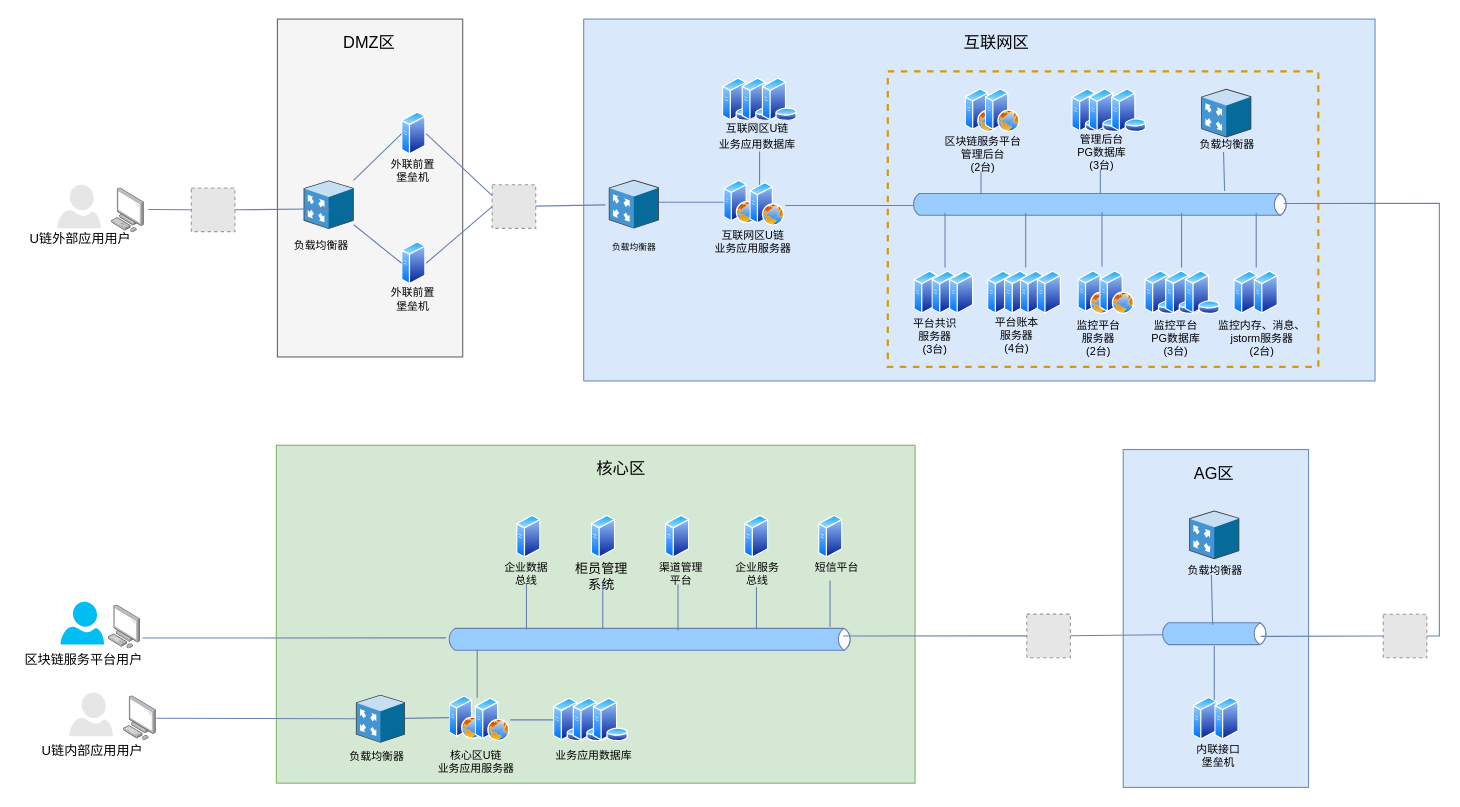
Above: repository/drawio/postb/系统拓扑图.drawio in dilide/collections (draw.io), before the change. Source tidied: cells renumbered, new cells numbered last; positions are measured from the earlier drawing's top-left corner, leaving out a move shared by most shapes. Both pictures are drawn from the tidied source at 109%, with x=0, y=0 at pixel (19, 19). Pictures stored in the file or linked from it are replaced by grey dashed boxes.
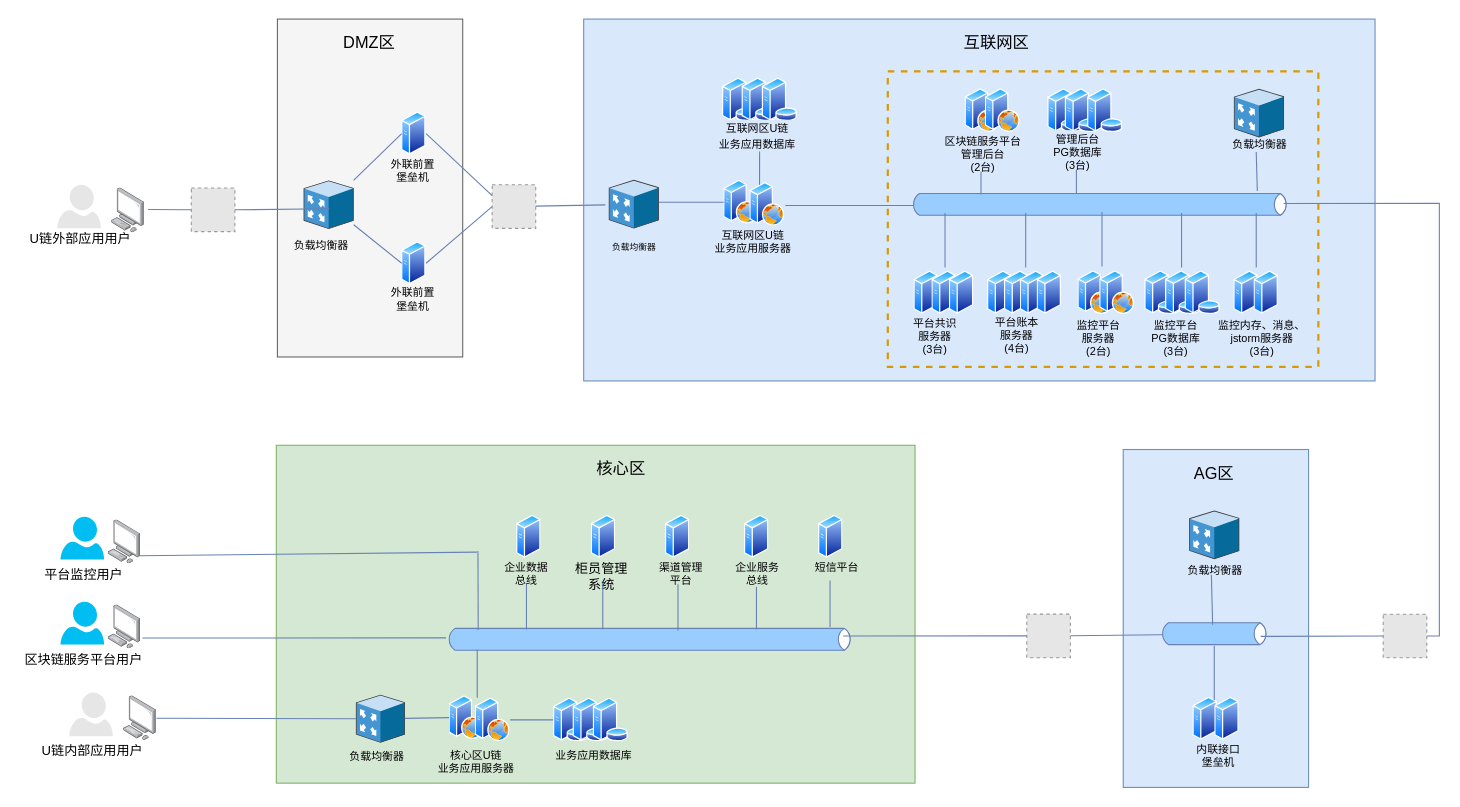
Above is the later version.

Commit message:
Update 系统拓扑图.drawio

Diff of the diagram source:
```diff
@@
     <mxCell id="7" style="strokeColor=#6881B3;edgeStyle=none;rounded=0;endArrow=none;html=1;strokeWidth=1;fontSize=12;" parent="1" edge="1">
       <mxGeometry relative="1" as="geometry">
-        <mxPoint x="992" y="117.5" as="sourcePoint" />
-        <mxPoint x="992" y="159.7" as="targetPoint" />
+        <mxPoint x="970" y="117.5" as="sourcePoint" />
+        <mxPoint x="970" y="159.7" as="targetPoint" />
       </mxGeometry>
     </mxCell>
@@
     <mxCell id="90" style="perimeter=ellipsePerimeter;html=1;align=center;shadow=0;dashed=0;spacingTop=3;image;image=img/lib/active_directory/database_server.svg;strokeColor=#6881B3;strokeWidth=1;fillColor=#99CCFF;fontSize=8;" parent="1" vertex="1">
-      <mxGeometry x="965.5" y="64" width="32.8" height="40" as="geometry" />
+      <mxGeometry x="943.5" y="64" width="32.8" height="40" as="geometry" />
     </mxCell>
     <mxCell id="91" value="管理后台&lt;br style=&quot;font-size: 10px&quot;&gt;PG数据库&lt;br&gt;(3台)" style="text;html=1;align=center;verticalAlign=top;spacingTop=-4;fillColor=#DAE8FC;fontSize=10;" parent="1" vertex="1">
-      <mxGeometry x="965.5" y="102" width="54" height="36" as="geometry" />
+      <mxGeometry x="943.5" y="102" width="54" height="36" as="geometry" />
     </mxCell>
     <mxCell id="92" style="perimeter=ellipsePerimeter;html=1;align=center;shadow=0;dashed=0;spacingTop=3;image;image=img/lib/active_directory/database_server.svg;strokeColor=#6881B3;strokeWidth=1;fillColor=#99CCFF;fontSize=8;" parent="1" vertex="1">
-      <mxGeometry x="981.5" y="64" width="32.8" height="40" as="geometry" />
+      <mxGeometry x="959.5" y="64" width="32.8" height="40" as="geometry" />
     </mxCell>
     <mxCell id="93" style="perimeter=ellipsePerimeter;html=1;align=center;shadow=0;dashed=0;spacingTop=3;image;image=img/lib/active_directory/database_server.svg;strokeColor=#6881B3;strokeWidth=1;fillColor=#99CCFF;fontSize=8;" parent="1" vertex="1">
-      <mxGeometry x="1002" y="64" width="32.8" height="40" as="geometry" />
+      <mxGeometry x="980" y="64" width="32.8" height="40" as="geometry" />
     </mxCell>
@@
     <mxCell id="116" style="shadow=0;dashed=0;html=1;labelPosition=center;verticalLabelPosition=bottom;verticalAlign=top;align=center;shape=mxgraph.veeam.3d.proxy_appliance;direction=east;" parent="1" vertex="1">
-      <mxGeometry x="1084.5" y="64" width="46" height="44.6" as="geometry" />
+      <mxGeometry x="1114.5" y="64" width="46" height="44.6" as="geometry" />
     </mxCell>
     <mxCell id="117" value="负载均衡器" style="text;html=1;align=center;verticalAlign=top;spacingTop=-4;fontSize=10;" parent="1" vertex="1">
-      <mxGeometry x="1077.5" y="107" width="60" height="10" as="geometry" />
+      <mxGeometry x="1107.5" y="107" width="60" height="10" as="geometry" />
     </mxCell>
     <mxCell id="118" style="endArrow=none;html=1;strokeColor=#6881B3;strokeWidth=1;fontSize=8;exitX=0.485;exitY=-0.318;exitDx=0;exitDy=0;exitPerimeter=0;" parent="1" edge="1">
       <mxGeometry relative="1" as="geometry">
-        <mxPoint x="1106" y="157.8" as="sourcePoint" />
-        <mxPoint x="1105" y="122" as="targetPoint" />
+        <mxPoint x="1136" y="157.8" as="sourcePoint" />
+        <mxPoint x="1135" y="122" as="targetPoint" />
       </mxGeometry>
     </mxCell>
@@
-    <mxCell id="130" value="监控内存、消息、&lt;br&gt;jstorm服务器&lt;br&gt;(2台)" style="text;html=1;align=center;verticalAlign=top;spacingTop=-4;fontSize=10;" parent="1" vertex="1">
+    <mxCell id="130" value="监控内存、消息、&lt;br&gt;jstorm服务器&lt;br&gt;(3台)" style="text;html=1;align=center;verticalAlign=top;spacingTop=-4;fontSize=10;" parent="1" vertex="1">
       <mxGeometry x="1094.5" y="273" width="90" height="36" as="geometry" />
     </mxCell>
+    <mxCell id="131" style="html=1;align=center;shadow=0;dashed=0;image;image=img/lib/allied_telesis/computer_and_terminals/Personal_Computer.svg;strokeColor=#6881B3;fillColor=#99CCFF;fontSize=12;" parent="1" vertex="1">
+      <mxGeometry x="82" y="459.5" width="29.5" height="40.3" as="geometry" />
+    </mxCell>
+    <mxCell id="132" style="verticalLabelPosition=bottom;html=1;verticalAlign=top;align=center;strokeColor=none;fillColor=#00BEF2;shape=mxgraph.azure.user;" parent="1" vertex="1">
+      <mxGeometry x="38" y="456.5" width="40" height="39.3" as="geometry" />
+    </mxCell>
+    <mxCell id="133" value="平台监控用户" style="text;html=1;align=center;verticalAlign=top;spacingTop=-4;fontSize=12;" parent="1" vertex="1">
+      <mxGeometry x="18" y="499.8" width="82" height="14" as="geometry" />
+    </mxCell>
+    <mxCell id="134" style="endArrow=none;html=1;strokeColor=#6881B3;" parent="1" edge="1">
+      <mxGeometry relative="1" as="geometry">
+        <mxPoint x="110.5" y="492.4" as="sourcePoint" />
+        <mxPoint x="420" y="489" as="targetPoint" />
+      </mxGeometry>
+    </mxCell>
+    <mxCell id="135" style="endArrow=none;html=1;strokeColor=#6881B3;exitX=0.03;exitY=0.071;exitDx=0;exitDy=0;exitPerimeter=0;" parent="1" edge="1">
+      <mxGeometry relative="1" as="geometry">
+        <mxPoint x="421.2" y="560.4" as="sourcePoint" />
+        <mxPoint x="421" y="488" as="targetPoint" />
+      </mxGeometry>
+    </mxCell>
```
